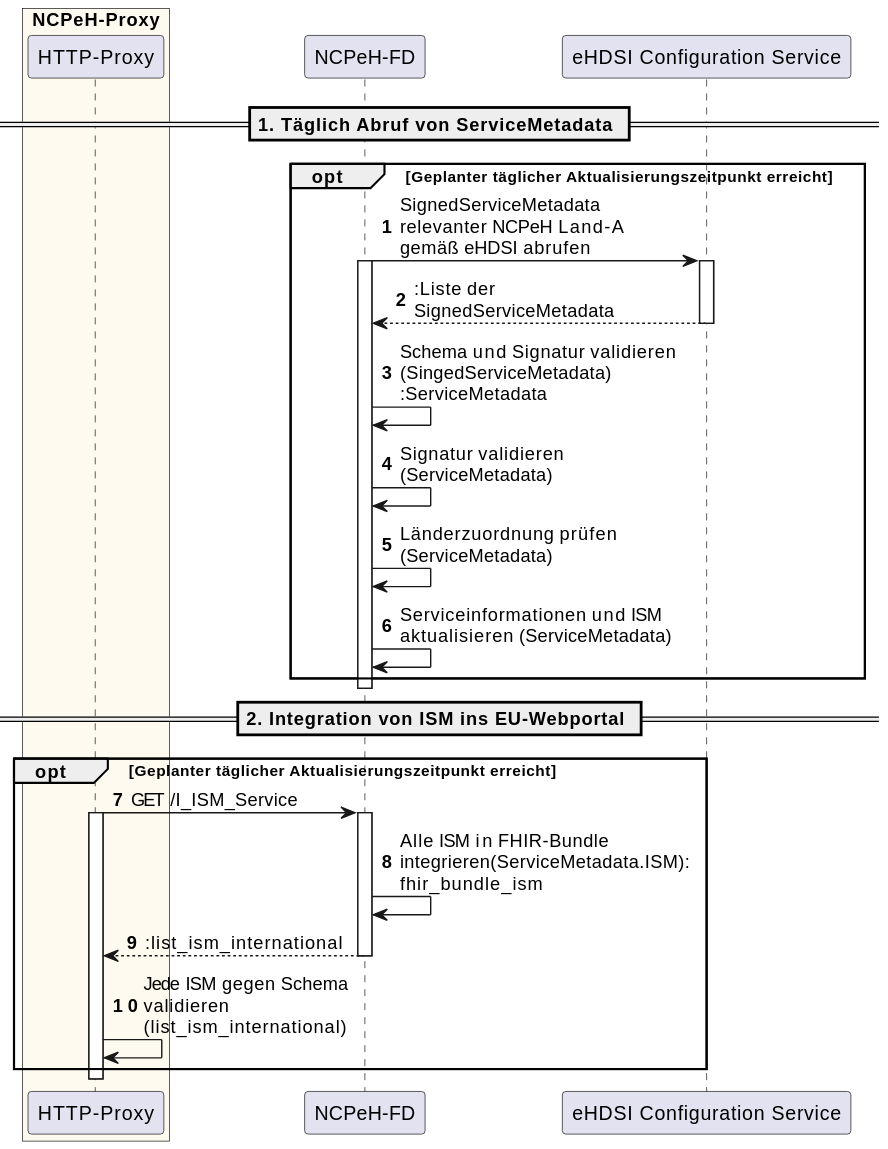
Above: images/eped-b/functional/ISM bereiststellen.svg in gematik/api-ncpeh (PlantUML), before the change. Source of this version:
```plantuml
@startuml
skinparam maxMessageSize 200
autonumber

box "NCPeH-Proxy" #FloralWhite
    participant "HTTP-Proxy" as Proxy
end box
participant "NCPeH-FD" as NCPeH
participant "eHDSI Configuration Service" as ConfServ

== 1. Täglich Abruf von ServiceMetadata ==
opt Geplanter täglicher Aktualisierungszeitpunkt erreicht
    NCPeH -> ConfServ: SignedServiceMetadata relevanter NCPeH Land-A gemäß eHDSI abrufen
    activate NCPeH
    activate ConfServ

    ConfServ --> NCPeH: :Liste der SignedServiceMetadata
    deactivate ConfServ

    NCPeH -> NCPeH: Schema und Signatur validieren (SingedServiceMetadata) :ServiceMetadata
    NCPeH -> NCPeH: Signatur validieren (ServiceMetadata)
    NCPeH -> NCPeH: Länderzuordnung prüfen (ServiceMetadata)
    NCPeH -> NCPeH: Serviceinformationen und ISM aktualisieren (ServiceMetadata)
end
deactivate NCPeH

== 2. Integration von ISM ins EU-Webportal ==
opt Geplanter täglicher Aktualisierungszeitpunkt erreicht


    Proxy -> NCPeH: GET /I_ISM_Service
    activate Proxy
    activate NCPeH
    NCPeH -> NCPeH: Alle ISM in FHIR-Bundle integrieren(ServiceMetadata.ISM): fhir_bundle_ism
    NCPeH --> Proxy: :list_ism_international
    deactivate NCPeH
    Proxy -> Proxy: Jede ISM gegen Schema validieren (list_ism_international)
end
deactivate Proxy
@enduml
```
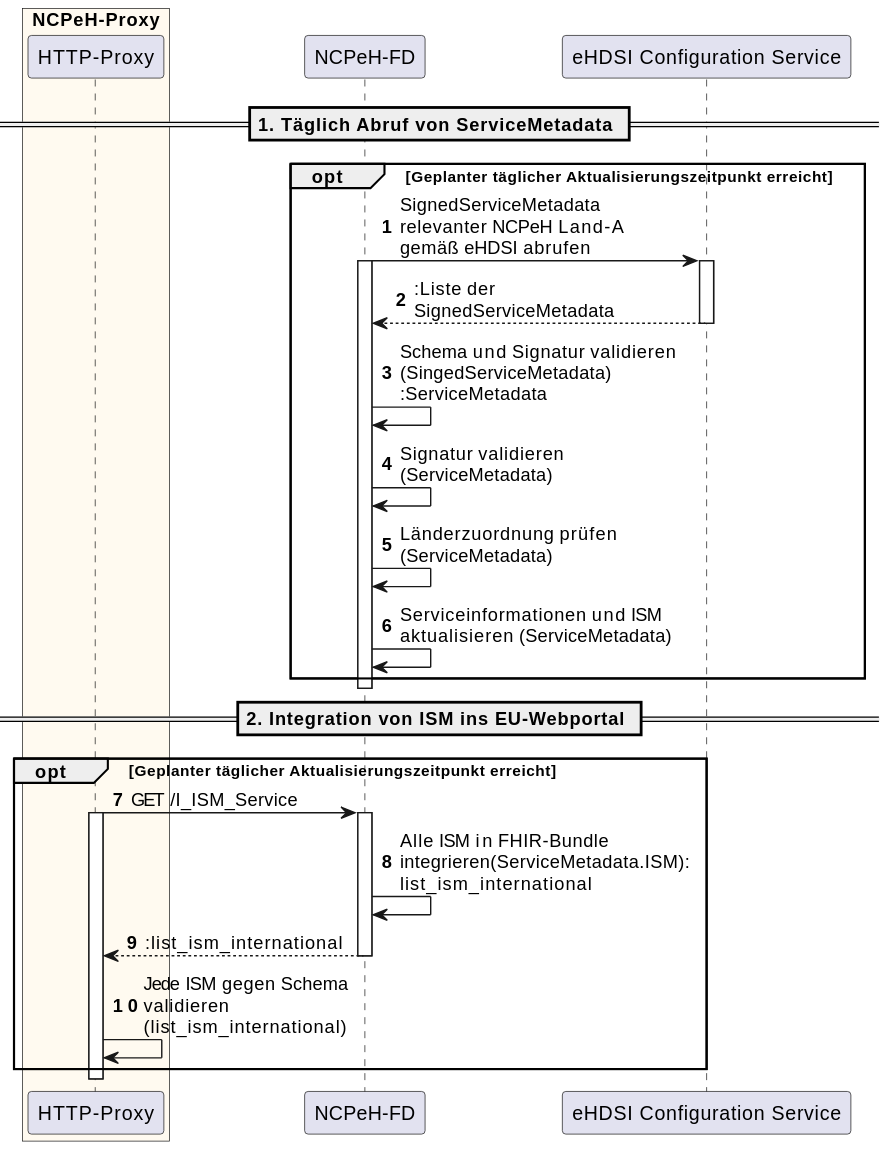
Later version of the same file.

Change to the diagram source:
```diff
@@ -31,7 +31,7 @@
     Proxy -> NCPeH: GET /I_ISM_Service
     activate Proxy
     activate NCPeH
-    NCPeH -> NCPeH: Alle ISM in FHIR-Bundle integrieren(ServiceMetadata.ISM): fhir_bundle_ism
+    NCPeH -> NCPeH: Alle ISM in FHIR-Bundle integrieren(ServiceMetadata.ISM): list_ism_international
     NCPeH --> Proxy: :list_ism_international
     deactivate NCPeH
     Proxy -> Proxy: Jede ISM gegen Schema validieren (list_ism_international)
```
